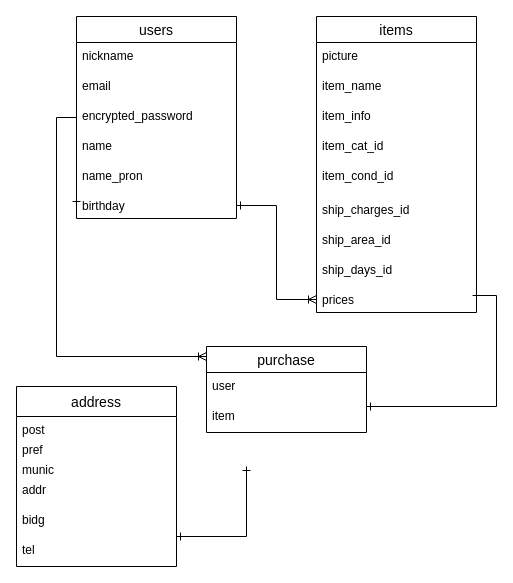
RikuTanioka/furima-36236 keeps this draw.io diagram as test.dio. Above is the earlier version. Source tidied: cells renumbered, new cells numbered last; positions are measured from the earlier drawing's top-left corner, leaving out a move shared by most shapes. Both pictures are drawn from the tidied source at 100%, with x=0, y=0 at pixel (16, 16).
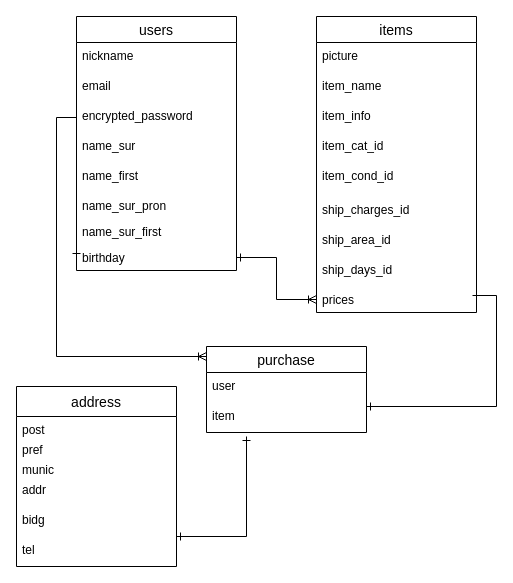
The same page after the edit.

The change refers to these unchanged cells:
```xml
<mxCell id="29" value="tel" style="text;strokeColor=none;fillColor=none;spacingLeft=4;spacingRight=4;overflow=hidden;points=[[0,0.5],[1,0.5]];portConstraint=eastwest;fontSize=12;" parent="23" vertex="1">
  <mxGeometry y="150" width="160" height="30" as="geometry" />
</mxCell>
```

Diff of the diagram source:
```diff
@@
     <mxCell id="2" value="users" style="swimlane;fontStyle=0;horizontal=1;startSize=26;align=center;fontSize=14;" parent="1" vertex="1">
-      <mxGeometry x="60" width="160" height="202" as="geometry" />
+      <mxGeometry x="60" width="160" height="254" as="geometry" />
     </mxCell>
@@
-    <mxCell id="6" value="name" style="text;strokeColor=none;fillColor=none;spacingLeft=4;spacingRight=4;overflow=hidden;fontSize=12;" parent="2" vertex="1">
+    <mxCell id="6" value="name_sur" style="text;strokeColor=none;fillColor=none;spacingLeft=4;spacingRight=4;overflow=hidden;fontSize=12;" parent="2" vertex="1">
       <mxGeometry y="116" width="160" height="30" as="geometry" />
     </mxCell>
-    <mxCell id="7" value="name_pron" style="text;strokeColor=none;fillColor=none;spacingLeft=4;spacingRight=4;overflow=hidden;fontSize=12;" parent="2" vertex="1">
+    <mxCell id="7" value="name_first" style="text;strokeColor=none;fillColor=none;spacingLeft=4;spacingRight=4;overflow=hidden;fontSize=12;" parent="2" vertex="1">
       <mxGeometry y="146" width="160" height="30" as="geometry" />
     </mxCell>
+    <mxCell id="33" value="name_sur_pron" style="text;strokeColor=none;fillColor=none;spacingLeft=4;spacingRight=4;overflow=hidden;fontSize=12;" parent="2" vertex="1">
+      <mxGeometry y="176" width="160" height="26" as="geometry" />
+    </mxCell>
+    <mxCell id="34" value="name_sur_first" style="text;strokeColor=none;fillColor=none;spacingLeft=4;spacingRight=4;overflow=hidden;fontSize=12;" parent="2" vertex="1">
+      <mxGeometry y="202" width="160" height="26" as="geometry" />
+    </mxCell>
     <mxCell id="8" value="birthday" style="text;strokeColor=none;fillColor=none;spacingLeft=4;spacingRight=4;overflow=hidden;points=[[0,0.5],[1,0.5]];portConstraint=eastwest;fontSize=12;" parent="2" vertex="1">
-      <mxGeometry y="176" width="160" height="26" as="geometry" />
+      <mxGeometry y="228" width="160" height="26" as="geometry" />
     </mxCell>
@@
     <mxCell id="22" style="edgeStyle=orthogonalEdgeStyle;rounded=0;jettySize=auto;html=1;startArrow=ERone;startFill=0;entryX=1;entryY=0;entryDx=0;entryDy=0;entryPerimeter=0;endArrow=ERone;endFill=0;" parent="1" edge="1" target="29">
       <mxGeometry relative="1" as="geometry">
-        <mxPoint x="230" y="450" as="sourcePoint" />
+        <mxPoint x="230" y="420" as="sourcePoint" />
         <Array as="points">
           <mxPoint x="230" y="520" />
         </Array>
       </mxGeometry>
     </mxCell>
```
